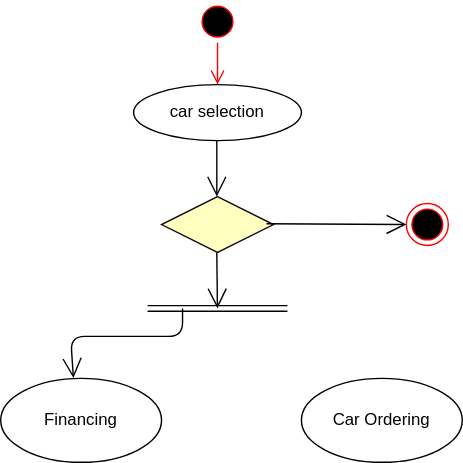
The draw.io diagram yukariBusinessModel.drawio.svg in ivondrak/SWE2025, before a commit. Source tidied: cells renumbered, new cells last; positions are measured from the earlier drawing's top-left corner, leaving out a move shared by most shapes.
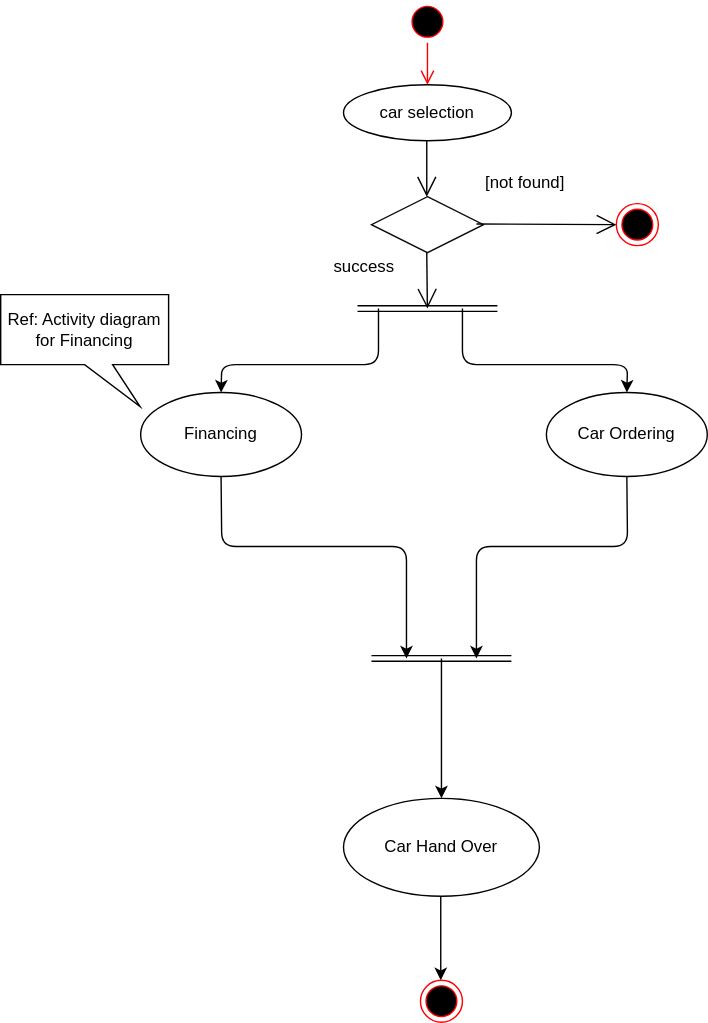
The same diagram one commit later.

The edit, as a diff of the source:
```diff
@@ -19,7 +19,7 @@
         <mxPoint x="154.5" y="140" as="targetPoint" />
       </mxGeometry>
     </mxCell>
-    <mxCell id="6" style="rhombus;whiteSpace=wrap;html=1;fontColor=#000000;fillColor=#ffffc0;strokeColor=light-dark(#0d0d0d, #ff9090);" parent="1" vertex="1">
+    <mxCell id="6" style="rhombus;whiteSpace=wrap;html=1;fontColor=#000000;fillColor=none;strokeColor=light-dark(#0d0d0d, #ff9090);" parent="1" vertex="1">
       <mxGeometry x="115" y="140" width="80" height="40" as="geometry" />
     </mxCell>
     <mxCell id="7" style="ellipse;html=1;shape=endState;fillColor=#000000;strokeColor=#ff0000;" parent="1" vertex="1">
@@ -50,19 +50,78 @@
       </mxGeometry>
     </mxCell>
     <mxCell id="12" value="Financing" style="ellipse;whiteSpace=wrap;html=1;" parent="1" vertex="1">
-      <mxGeometry y="270" width="115" height="60" as="geometry" />
+      <mxGeometry x="-50" y="280" width="115" height="60" as="geometry" />
     </mxCell>
     <mxCell id="13" value="Car Ordering" style="ellipse;whiteSpace=wrap;html=1;" parent="1" vertex="1">
-      <mxGeometry x="215" y="270" width="115" height="60" as="geometry" />
+      <mxGeometry x="240" y="280" width="115" height="60" as="geometry" />
     </mxCell>
-    <mxCell id="14" style="endArrow=open;endFill=1;endSize=12;html=1;entryX=0.452;entryY=-0.003;entryDx=0;entryDy=0;entryPerimeter=0;" parent="1" edge="1" target="12">
+    <mxCell id="14" style="endArrow=classic;html=1;entryX=0.5;entryY=0;entryDx=0;entryDy=0;" parent="1" edge="1" target="12">
       <mxGeometry relative="1" as="geometry">
-        <mxPoint x="130" y="220" as="sourcePoint" />
+        <mxPoint x="120" y="220" as="sourcePoint" />
         <Array as="points">
-          <mxPoint x="130" y="240" />
-          <mxPoint x="50" y="240" />
+          <mxPoint x="120" y="260" />
+          <mxPoint x="8" y="260" />
         </Array>
       </mxGeometry>
     </mxCell>
+    <mxCell id="15" style="endArrow=classic;html=1;entryX=0.5;entryY=0;entryDx=0;entryDy=0;" parent="1" edge="1" target="13">
+      <mxGeometry relative="1" as="geometry">
+        <mxPoint x="180" y="220" as="sourcePoint" />
+        <Array as="points">
+          <mxPoint x="180" y="260" />
+          <mxPoint x="298" y="260" />
+        </Array>
+      </mxGeometry>
+    </mxCell>
+    <mxCell id="16" style="shape=link;html=1;" parent="1" edge="1">
+      <mxGeometry relative="1" as="geometry">
+        <mxPoint x="115" y="470" as="sourcePoint" />
+        <mxPoint x="215" y="470" as="targetPoint" />
+      </mxGeometry>
+    </mxCell>
+    <mxCell id="17" style="endArrow=classic;html=1;exitX=0.5;exitY=1;exitDx=0;exitDy=0;" parent="1" edge="1" source="12">
+      <mxGeometry relative="1" as="geometry">
+        <mxPoint x="140" y="470" as="targetPoint" />
+        <Array as="points">
+          <mxPoint x="8" y="390" />
+          <mxPoint x="140" y="390" />
+        </Array>
+      </mxGeometry>
+    </mxCell>
+    <mxCell id="18" style="endArrow=classic;html=1;exitX=0.5;exitY=1;exitDx=0;exitDy=0;" parent="1" edge="1" source="13">
+      <mxGeometry relative="1" as="geometry">
+        <mxPoint x="190" y="470" as="targetPoint" />
+        <Array as="points">
+          <mxPoint x="298" y="390" />
+          <mxPoint x="190" y="390" />
+        </Array>
+      </mxGeometry>
+    </mxCell>
+    <mxCell id="19" value="Car Hand Over" style="ellipse;whiteSpace=wrap;html=1;" parent="1" vertex="1">
+      <mxGeometry x="95" y="570" width="140" height="70" as="geometry" />
+    </mxCell>
+    <mxCell id="20" style="endArrow=classic;html=1;entryX=0.5;entryY=0;entryDx=0;entryDy=0;" parent="1" edge="1" target="19">
+      <mxGeometry relative="1" as="geometry">
+        <mxPoint x="165" y="470" as="sourcePoint" />
+      </mxGeometry>
+    </mxCell>
+    <mxCell id="21" style="endArrow=classic;html=1;" parent="1" edge="1">
+      <mxGeometry relative="1" as="geometry">
+        <mxPoint x="164.5" y="640" as="sourcePoint" />
+        <mxPoint x="164.5" y="700" as="targetPoint" />
+      </mxGeometry>
+    </mxCell>
+    <mxCell id="22" style="ellipse;html=1;shape=endState;fillColor=#000000;strokeColor=#ff0000;" parent="1" vertex="1">
+      <mxGeometry x="150" y="700" width="30" height="30" as="geometry" />
+    </mxCell>
+    <mxCell id="23" value="[not found]" style="text;html=1;align=center;verticalAlign=middle;whiteSpace=wrap;rounded=0;" parent="1" vertex="1">
+      <mxGeometry x="195" y="115" width="60" height="30" as="geometry" />
+    </mxCell>
+    <mxCell id="24" value="success" style="text;html=1;align=center;verticalAlign=middle;whiteSpace=wrap;rounded=0;" parent="1" vertex="1">
+      <mxGeometry x="80" y="175" width="60" height="30" as="geometry" />
+    </mxCell>
+    <mxCell id="25" value="Ref: Activity diagram&lt;div&gt;for Financing&lt;/div&gt;" style="shape=callout;whiteSpace=wrap;html=1;perimeter=calloutPerimeter;position2=0.83;" parent="1" vertex="1">
+      <mxGeometry x="-150" y="210" width="120" height="80" as="geometry" />
+    </mxCell>
   </root>
 </mxGraphModel>
```
